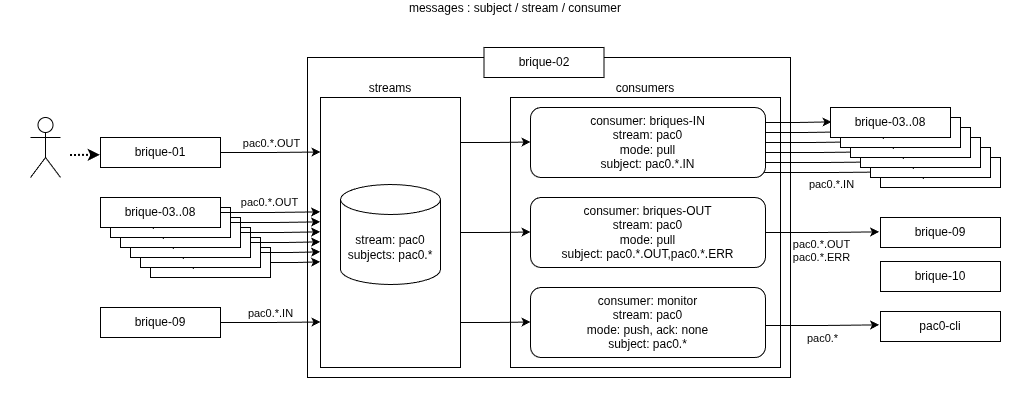
This is docs/briques/02-esb-central/nats-consumers-editable.png from PDP-Libre/PA_Communautaire, a draw.io export, as it was before one commit. Source tidied: cells renumbered, new cells last; positions are measured from the earlier drawing's top-left corner, leaving out a move shared by most shapes.
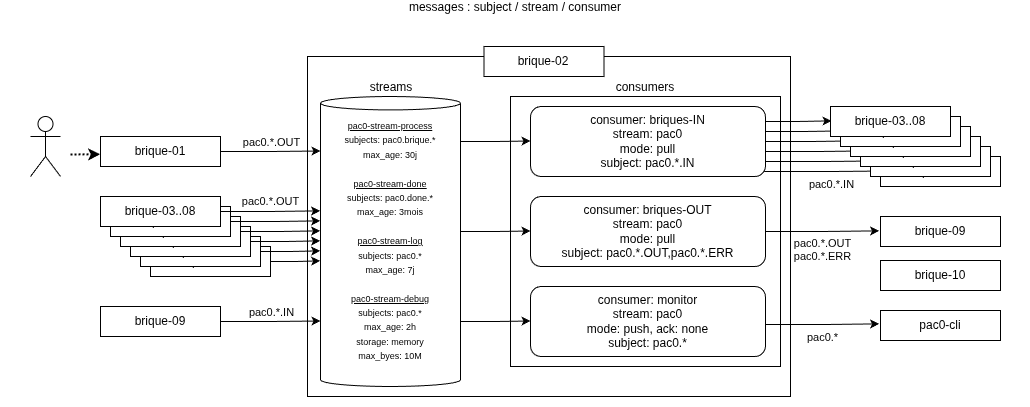
The same file after the commit.

What changed in the source:
```diff
@@ -3,11 +3,14 @@
     <mxCell id="0" />
     <mxCell id="1" parent="0" />
     <mxCell id="2" value="messages : subject / stream / consumer" style="rounded=0;whiteSpace=wrap;html=1;strokeColor=none;labelPosition=center;verticalLabelPosition=top;align=center;verticalAlign=bottom;labelBorderColor=none;textShadow=0;labelBackgroundColor=default;horizontal=1;" parent="1" vertex="1">
-      <mxGeometry width="1030" height="380" as="geometry" />
+      <mxGeometry width="1030" height="390" as="geometry" />
     </mxCell>
     <mxCell id="3" style="rounded=0;whiteSpace=wrap;html=1;" parent="1" vertex="1">
-      <mxGeometry x="307" y="40" width="483" height="320" as="geometry" />
+      <mxGeometry x="307" y="40" width="483" height="340" as="geometry" />
     </mxCell>
+    <mxCell id="52" value="&lt;u&gt;&lt;font style=&quot;font-size: 9px;&quot;&gt;pac0-stream-process&lt;/font&gt;&lt;/u&gt;&lt;div&gt;&lt;font style=&quot;font-size: 9px;&quot;&gt;subjects: pac0.brique.*&lt;/font&gt;&lt;/div&gt;&lt;div&gt;&lt;font style=&quot;font-size: 9px;&quot;&gt;max_age: 30j&lt;/font&gt;&lt;/div&gt;&lt;div&gt;&lt;font style=&quot;font-size: 9px;&quot;&gt;&lt;br&gt;&lt;/font&gt;&lt;/div&gt;&lt;div&gt;&lt;font style=&quot;&quot;&gt;&lt;u style=&quot;font-size: 12px;&quot;&gt;&lt;font style=&quot;font-size: 9px;&quot;&gt;pac0-stream-done&lt;/font&gt;&lt;/u&gt;&lt;div style=&quot;font-size: 12px;&quot;&gt;&lt;font style=&quot;font-size: 9px;&quot;&gt;subjects: pac0.done.*&lt;/font&gt;&lt;/div&gt;&lt;div style=&quot;font-size: 12px;&quot;&gt;&lt;font style=&quot;font-size: 9px;&quot;&gt;max_age: 3mois&lt;/font&gt;&lt;/div&gt;&lt;div style=&quot;font-size: 12px;&quot;&gt;&lt;font style=&quot;font-size: 9px;&quot;&gt;&lt;br&gt;&lt;/font&gt;&lt;/div&gt;&lt;div style=&quot;&quot;&gt;&lt;font style=&quot;&quot;&gt;&lt;u style=&quot;font-size: 12px;&quot;&gt;&lt;font style=&quot;font-size: 9px;&quot;&gt;pac0-stream-log&lt;/font&gt;&lt;/u&gt;&lt;div style=&quot;font-size: 12px;&quot;&gt;&lt;font style=&quot;font-size: 9px;&quot;&gt;subjects: pac0.*&lt;/font&gt;&lt;/div&gt;&lt;div style=&quot;font-size: 12px;&quot;&gt;&lt;font style=&quot;font-size: 9px;&quot;&gt;max_age: 7j&lt;/font&gt;&lt;/div&gt;&lt;div style=&quot;&quot;&gt;&lt;font style=&quot;&quot;&gt;&lt;font size=&quot;1&quot;&gt;&lt;br&gt;&lt;/font&gt;&lt;/font&gt;&lt;/div&gt;&lt;div style=&quot;&quot;&gt;&lt;font style=&quot;&quot;&gt;&lt;u&gt;&lt;font style=&quot;font-size: 9px;&quot;&gt;pac0-stream-debug&lt;/font&gt;&lt;/u&gt;&lt;div&gt;&lt;font style=&quot;font-size: 9px;&quot;&gt;subjects: pac0.*&lt;/font&gt;&lt;/div&gt;&lt;div&gt;&lt;font style=&quot;font-size: 9px;&quot;&gt;max_age: 2h&lt;/font&gt;&lt;/div&gt;&lt;div&gt;&lt;font style=&quot;font-size: 9px;&quot;&gt;storage: memory&lt;/font&gt;&lt;/div&gt;&lt;div&gt;&lt;font style=&quot;font-size: 9px;&quot;&gt;max_byes: 10M&lt;/font&gt;&lt;/div&gt;&lt;div&gt;&lt;font style=&quot;font-size: 9px;&quot;&gt;&lt;br&gt;&lt;/font&gt;&lt;/div&gt;&lt;/font&gt;&lt;/div&gt;&lt;/font&gt;&lt;/div&gt;&lt;/font&gt;&lt;/div&gt;" style="shape=cylinder3;whiteSpace=wrap;html=1;boundedLbl=1;backgroundOutline=1;size=6.710129310344826;" parent="1" vertex="1">
+      <mxGeometry x="320" y="80" width="140" height="290" as="geometry" />
+    </mxCell>
     <mxCell id="4" value="consumers" style="rounded=0;whiteSpace=wrap;html=1;labelPosition=center;verticalLabelPosition=top;align=center;verticalAlign=bottom;" parent="1" vertex="1">
       <mxGeometry x="510" y="80" width="270" height="270" as="geometry" />
     </mxCell>
@@ -55,9 +58,6 @@
         <mxPoint x="878.6" y="214.4" as="targetPoint" />
       </mxGeometry>
     </mxCell>
-    <mxCell id="13" value="streams" style="rounded=0;whiteSpace=wrap;html=1;labelPosition=center;verticalLabelPosition=top;align=center;verticalAlign=bottom;" parent="1" vertex="1">
-      <mxGeometry x="320" y="80" width="140" height="270" as="geometry" />
-    </mxCell>
     <mxCell id="14" value="consumer: briques-IN&lt;br&gt;stream: pac0&lt;br&gt;mode: pull&lt;br&gt;&lt;div&gt;subject: pac0.*.IN&lt;/div&gt;" style="rounded=1;whiteSpace=wrap;html=1;" parent="1" vertex="1">
       <mxGeometry x="530" y="90" width="235" height="70" as="geometry" />
     </mxCell>
@@ -100,9 +100,6 @@
     <mxCell id="27" value="brique-03..08" style="rounded=0;whiteSpace=wrap;html=1;" parent="21" vertex="1">
       <mxGeometry width="120" height="30" as="geometry" />
     </mxCell>
-    <mxCell id="28" value="stream: pac0&lt;div&gt;subjects: pac0.*&lt;/div&gt;" style="shape=cylinder3;whiteSpace=wrap;html=1;boundedLbl=1;backgroundOutline=1;size=15;" parent="1" vertex="1">
-      <mxGeometry x="340" y="167" width="100" height="100" as="geometry" />
-    </mxCell>
     <mxCell id="29" style="group;" parent="1" vertex="1">
       <mxGeometry x="830" y="90" width="170" height="80" as="geometry" />
     </mxCell>
@@ -204,5 +201,8 @@
         <mxPoint x="878.6" y="307.4" as="targetPoint" />
       </mxGeometry>
     </mxCell>
+    <mxCell id="13" value="streams" style="text;html=1;whiteSpace=wrap;strokeColor=none;fillColor=none;align=center;verticalAlign=middle;rounded=0;" parent="1" vertex="1">
+      <mxGeometry x="361" y="56" width="60" height="30" as="geometry" />
+    </mxCell>
   </root>
 </mxGraphModel>
```
